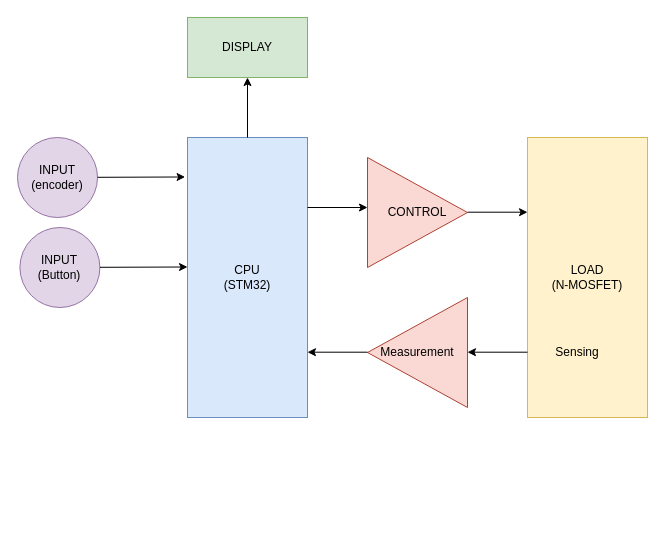
The draw.io diagram EL_Diagram.drawio in anhvanthe/01_my_drawio, before the edit. Source tidied: cells renumbered, new cells numbered last; positions are measured from the earlier drawing's top-left corner, leaving out a move shared by most shapes. Both pictures are drawn from the tidied source at 100%, with x=0, y=0 at pixel (17, 17).
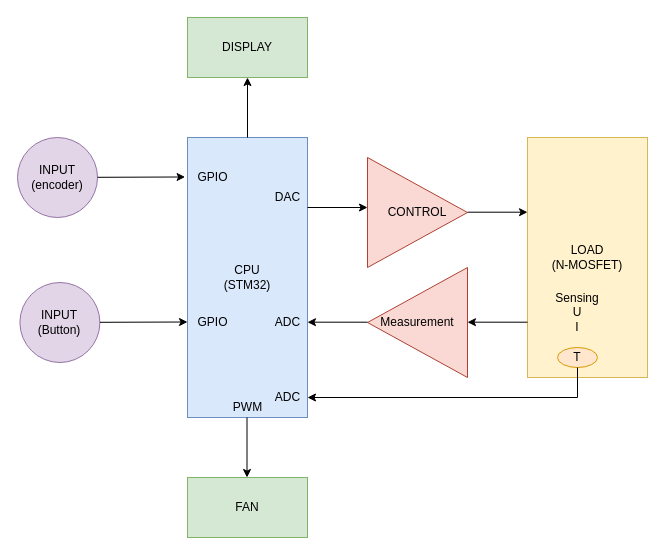
The same diagram, later.

What changed in the source:
```diff
@@
     <mxCell id="2" value="LOAD&lt;br&gt;(N-MOSFET)" style="rounded=0;whiteSpace=wrap;html=1;fillColor=#fff2cc;strokeColor=#d6b656;" parent="1" vertex="1">
-      <mxGeometry x="510" y="120" width="120" height="280" as="geometry" />
+      <mxGeometry x="510" y="120" width="120" height="240" as="geometry" />
     </mxCell>
@@
     <mxCell id="4" value="Measurement" style="triangle;whiteSpace=wrap;html=1;direction=west;fillColor=#fad9d5;strokeColor=#ae4132;" parent="1" vertex="1">
-      <mxGeometry x="350" y="280" width="100" height="110" as="geometry" />
+      <mxGeometry x="350" y="250" width="100" height="110" as="geometry" />
     </mxCell>
@@
     <mxCell id="7" style="endArrow=classic;html=1;exitX=1;exitY=0.25;exitDx=0;exitDy=0;" parent="1" edge="1">
       <mxGeometry relative="1" as="geometry">
-        <mxPoint x="350" y="334.7" as="sourcePoint" />
-        <mxPoint x="290" y="334.7" as="targetPoint" />
+        <mxPoint x="350" y="304.7" as="sourcePoint" />
+        <mxPoint x="290" y="304.7" as="targetPoint" />
       </mxGeometry>
     </mxCell>
@@
     <mxCell id="9" style="endArrow=classic;html=1;exitX=1;exitY=0.25;exitDx=0;exitDy=0;" parent="1" edge="1">
       <mxGeometry relative="1" as="geometry">
-        <mxPoint x="510" y="334.7" as="sourcePoint" />
-        <mxPoint x="450" y="334.7" as="targetPoint" />
+        <mxPoint x="510" y="304.7" as="sourcePoint" />
+        <mxPoint x="450" y="304.7" as="targetPoint" />
       </mxGeometry>
     </mxCell>
@@
     <mxCell id="14" value="INPUT&lt;br&gt;(Button)" style="ellipse;whiteSpace=wrap;html=1;fillColor=#e1d5e7;strokeColor=#9673a6;" parent="1" vertex="1">
-      <mxGeometry x="2.4" y="210" width="80" height="80" as="geometry" />
+      <mxGeometry x="2.4" y="265" width="80" height="80" as="geometry" />
     </mxCell>
     <mxCell id="15" style="endArrow=classic;html=1;exitX=1;exitY=0.25;exitDx=0;exitDy=0;entryX=-0.02;entryY=0.141;entryDx=0;entryDy=0;entryPerimeter=0;" parent="1" edge="1">
       <mxGeometry relative="1" as="geometry">
-        <mxPoint x="82.4" y="249.8" as="sourcePoint" />
-        <mxPoint x="170" y="249.5" as="targetPoint" />
+        <mxPoint x="82.4" y="304.8" as="sourcePoint" />
+        <mxPoint x="170" y="304.5" as="targetPoint" />
       </mxGeometry>
     </mxCell>
-    <mxCell id="16" value="Sensing" style="text;html=1;strokeColor=none;fillColor=none;align=center;verticalAlign=middle;whiteSpace=wrap;rounded=0;" parent="1" vertex="1">
-      <mxGeometry x="540" y="325" width="40" height="20" as="geometry" />
+    <mxCell id="16" value="Sensing&lt;br&gt;U&lt;br&gt;I" style="text;html=1;strokeColor=none;fillColor=none;align=center;verticalAlign=middle;whiteSpace=wrap;rounded=0;" parent="1" vertex="1">
+      <mxGeometry x="540" y="285" width="40" height="20" as="geometry" />
     </mxCell>
+    <mxCell id="17" value="FAN" style="rounded=0;whiteSpace=wrap;html=1;fillColor=#d5e8d4;strokeColor=#82b366;" parent="1" vertex="1">
+      <mxGeometry x="170" y="460" width="120" height="60" as="geometry" />
+    </mxCell>
+    <mxCell id="18" style="endArrow=classic;html=1;exitX=0.5;exitY=0;exitDx=0;exitDy=0;" parent="1" edge="1">
+      <mxGeometry relative="1" as="geometry">
+        <mxPoint x="229.5" y="400" as="sourcePoint" />
+        <mxPoint x="229.5" y="460" as="targetPoint" />
+      </mxGeometry>
+    </mxCell>
+    <mxCell id="19" value="T" style="ellipse;whiteSpace=wrap;html=1;fillColor=#ffe6cc;strokeColor=#d79b00;" parent="1" vertex="1">
+      <mxGeometry x="540" y="330" width="40" height="20" as="geometry" />
+    </mxCell>
+    <mxCell id="20" style="endArrow=classic;html=1;" parent="1" edge="1">
+      <mxGeometry relative="1" as="geometry">
+        <mxPoint x="560" y="380" as="sourcePoint" />
+        <mxPoint x="290" y="380" as="targetPoint" />
+      </mxGeometry>
+    </mxCell>
+    <mxCell id="21" style="endArrow=none;html=1;" parent="1" edge="1">
+      <mxGeometry relative="1" as="geometry">
+        <mxPoint x="560" y="380" as="sourcePoint" />
+        <mxPoint x="560" y="350" as="targetPoint" />
+      </mxGeometry>
+    </mxCell>
+    <mxCell id="22" value="ADC" style="text;html=1;align=center;verticalAlign=middle;" parent="1" vertex="1">
+      <mxGeometry x="250" y="370" width="40" height="20" as="geometry" />
+    </mxCell>
+    <mxCell id="23" value="ADC" style="text;html=1;align=center;verticalAlign=middle;" parent="1" vertex="1">
+      <mxGeometry x="250" y="295" width="40" height="20" as="geometry" />
+    </mxCell>
+    <mxCell id="24" value="DAC" style="text;html=1;align=center;verticalAlign=middle;" parent="1" vertex="1">
+      <mxGeometry x="250" y="170" width="40" height="20" as="geometry" />
+    </mxCell>
+    <mxCell id="25" value="PWM" style="text;html=1;align=center;verticalAlign=middle;" parent="1" vertex="1">
+      <mxGeometry x="210" y="380" width="40" height="20" as="geometry" />
+    </mxCell>
+    <mxCell id="26" value="GPIO" style="text;html=1;align=center;verticalAlign=middle;" parent="1" vertex="1">
+      <mxGeometry x="170" y="150" width="50" height="20" as="geometry" />
+    </mxCell>
+    <mxCell id="27" value="GPIO" style="text;html=1;align=center;verticalAlign=middle;" parent="1" vertex="1">
+      <mxGeometry x="170" y="295" width="50" height="20" as="geometry" />
+    </mxCell>
```
